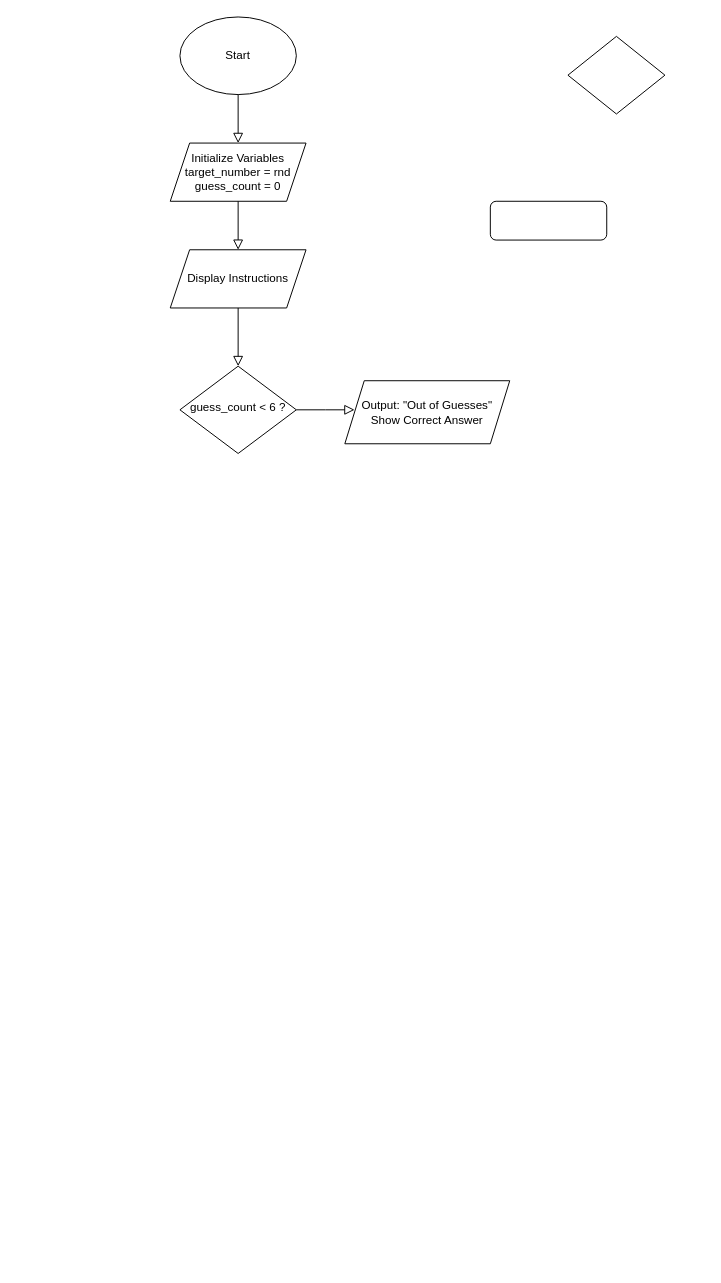
Before: Untitled Diagram.drawio in RashadMussa/ICS3U_S2, a draw.io diagram. Source tidied: cells renumbered, new cells numbered last; positions are measured from the earlier drawing's top-left corner, leaving out a move shared by most shapes. Both pictures are drawn from the tidied source at 97%, with x=0, y=0 at pixel (170, 16).
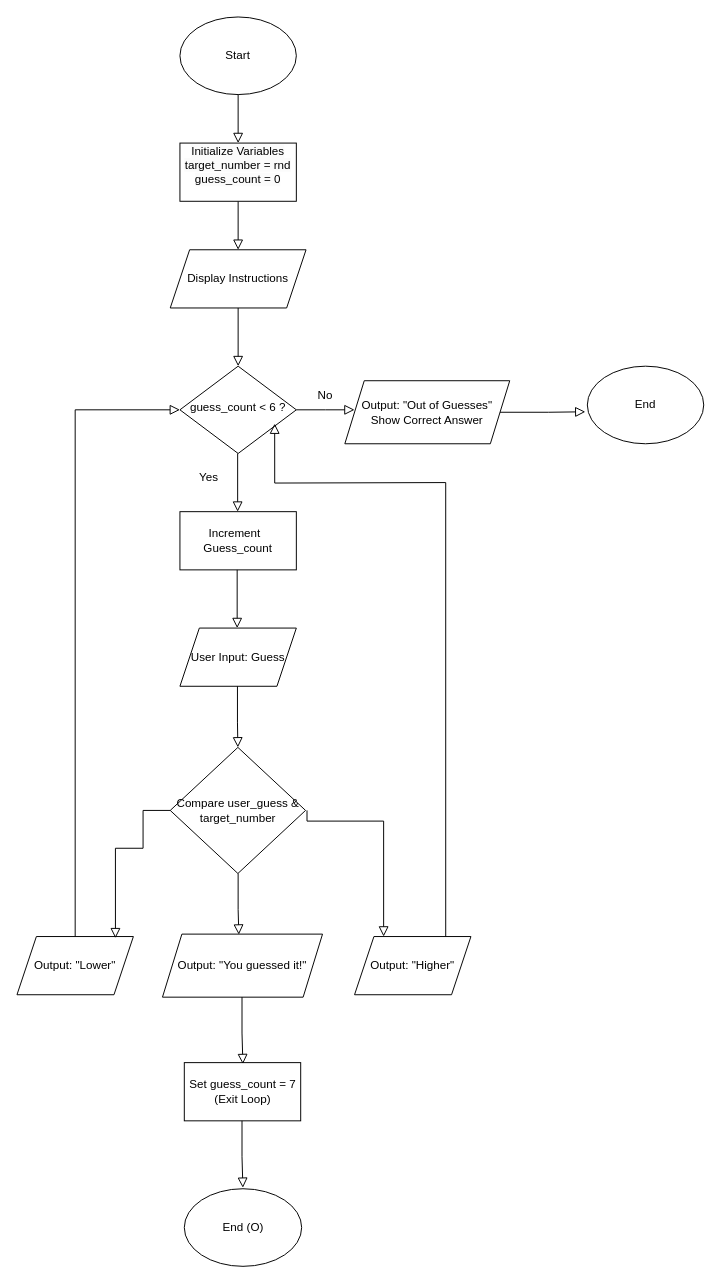
The same page after the edit.

The change refers to these unchanged cells:
```xml
<mxCell id="9" value="guess_count &lt; 6 ?" style="rhombus;whiteSpace=wrap;html=1;shadow=0;fontFamily=Helvetica;fontSize=12;align=center;strokeWidth=1;spacing=6;spacingTop=-4;" parent="1" vertex="1">
  <mxGeometry x="10" y="360" width="120" height="90" as="geometry" />
</mxCell>
<mxCell id="12" value="Output: &quot;Out of Guesses&quot;&lt;div&gt;Show Correct Answer&lt;/div&gt;" style="shape=parallelogram;perimeter=parallelogramPerimeter;whiteSpace=wrap;html=1;fixedSize=1;" parent="1" vertex="1">
  <mxGeometry x="180" y="375" width="170" height="65" as="geometry" />
</mxCell>
```

The edit, as a diff of the source:
```diff
@@
-    <mxCell id="3" style="rounded=1;whiteSpace=wrap;html=1;fontSize=12;glass=0;strokeWidth=1;shadow=0;" parent="1" vertex="1">
-      <mxGeometry x="330" y="190" width="120" height="40" as="geometry" />
-    </mxCell>
-    <mxCell id="4" style="rhombus;whiteSpace=wrap;html=1;shadow=0;fontFamily=Helvetica;fontSize=12;align=center;strokeWidth=1;spacing=6;spacingTop=-4;" parent="1" vertex="1">
-      <mxGeometry x="410" y="20" width="100" height="80" as="geometry" />
-    </mxCell>
-    <mxCell id="5" value="Initialize Variables target_number = rnd guess_count = 0" style="shape=parallelogram;perimeter=parallelogramPerimeter;whiteSpace=wrap;html=1;fixedSize=1;" parent="1" vertex="1">
-      <mxGeometry y="130" width="140" height="60" as="geometry" />
-    </mxCell>
@@
+    <mxCell id="13" value="No" style="text;strokeColor=none;align=center;fillColor=none;html=1;verticalAlign=middle;whiteSpace=wrap;rounded=0;" parent="1" vertex="1">
+      <mxGeometry x="130" y="375" width="60" height="30" as="geometry" />
+    </mxCell>
+    <mxCell id="14" style="rounded=0;html=1;jettySize=auto;orthogonalLoop=1;fontSize=11;endArrow=block;endFill=0;endSize=8;strokeWidth=1;shadow=0;labelBackgroundColor=none;edgeStyle=orthogonalEdgeStyle;exitX=0.5;exitY=1;exitDx=0;exitDy=0;entryX=0.5;entryY=0;entryDx=0;entryDy=0;" parent="1" edge="1">
+      <mxGeometry relative="1" as="geometry">
+        <mxPoint x="69.5" y="450" as="sourcePoint" />
+        <mxPoint x="69.5" y="510" as="targetPoint" />
+      </mxGeometry>
+    </mxCell>
+    <mxCell id="15" value="Yes" style="text;strokeColor=none;align=center;fillColor=none;html=1;verticalAlign=middle;whiteSpace=wrap;rounded=0;" parent="1" vertex="1">
+      <mxGeometry x="10" y="460" width="60" height="30" as="geometry" />
+    </mxCell>
+    <mxCell id="16" value="End" style="ellipse;whiteSpace=wrap;html=1;" parent="1" vertex="1">
+      <mxGeometry x="430" y="360" width="120" height="80" as="geometry" />
+    </mxCell>
+    <mxCell id="17" style="rounded=0;html=1;jettySize=auto;fontSize=11;endArrow=block;endFill=0;endSize=8;strokeWidth=1;shadow=0;labelBackgroundColor=none;edgeStyle=orthogonalEdgeStyle;exitX=1;exitY=0.5;exitDx=0;exitDy=0;entryX=-0.017;entryY=0.588;entryDx=0;entryDy=0;entryPerimeter=0;" parent="1" edge="1" source="12" target="16">
+      <mxGeometry relative="1" as="geometry" />
+    </mxCell>
+    <mxCell id="18" value="&lt;div&gt;&lt;span style=&quot;background-color: transparent; color: light-dark(rgb(0, 0, 0), rgb(255, 255, 255));&quot;&gt;Increment&amp;nbsp;&amp;nbsp;&lt;/span&gt;&lt;/div&gt;&lt;div&gt;&lt;span style=&quot;background-color: transparent; color: light-dark(rgb(0, 0, 0), rgb(255, 255, 255));&quot;&gt;Guess_count&lt;/span&gt;&lt;/div&gt;" style="rounded=0;whiteSpace=wrap;html=1;" parent="1" vertex="1">
+      <mxGeometry x="10" y="510" width="120" height="60" as="geometry" />
+    </mxCell>
+    <mxCell id="19" style="rounded=0;html=1;jettySize=auto;orthogonalLoop=1;fontSize=11;endArrow=block;endFill=0;endSize=8;strokeWidth=1;shadow=0;labelBackgroundColor=none;edgeStyle=orthogonalEdgeStyle;exitX=0.5;exitY=1;exitDx=0;exitDy=0;entryX=0.5;entryY=0;entryDx=0;entryDy=0;" parent="1" edge="1">
+      <mxGeometry relative="1" as="geometry">
+        <mxPoint x="69" y="570" as="sourcePoint" />
+        <mxPoint x="69" y="630" as="targetPoint" />
+      </mxGeometry>
+    </mxCell>
+    <mxCell id="20" value="User Input: Guess" style="shape=parallelogram;perimeter=parallelogramPerimeter;whiteSpace=wrap;html=1;fixedSize=1;" parent="1" vertex="1">
+      <mxGeometry x="10" y="630" width="120" height="60" as="geometry" />
+    </mxCell>
+    <mxCell id="5" value="&#10;&lt;span style=&quot;color: rgb(0, 0, 0); font-family: Helvetica; font-size: 12px; font-style: normal; font-variant-ligatures: normal; font-variant-caps: normal; font-weight: 400; letter-spacing: normal; orphans: 2; text-align: center; text-indent: 0px; text-transform: none; widows: 2; word-spacing: 0px; -webkit-text-stroke-width: 0px; white-space: normal; background-color: rgb(251, 251, 251); text-decoration-thickness: initial; text-decoration-style: initial; text-decoration-color: initial; display: inline !important; float: none;&quot;&gt;Initialize Variables target_number = rnd guess_count = 0&lt;/span&gt;&#10;&#10;" style="rounded=0;whiteSpace=wrap;html=1;" parent="1" vertex="1">
+      <mxGeometry x="10" y="130" width="120" height="60" as="geometry" />
+    </mxCell>
+    <mxCell id="21" value="Compare user_guess &amp; target_number" style="rhombus;whiteSpace=wrap;html=1;" parent="1" vertex="1">
+      <mxGeometry y="753" width="139.5" height="130" as="geometry" />
+    </mxCell>
+    <mxCell id="22" style="rounded=0;html=1;jettySize=auto;fontSize=11;endArrow=block;endFill=0;endSize=8;strokeWidth=1;shadow=0;labelBackgroundColor=none;edgeStyle=orthogonalEdgeStyle;exitX=0.5;exitY=1;exitDx=0;exitDy=0;entryX=0.5;entryY=0;entryDx=0;entryDy=0;" parent="1" edge="1" target="21">
+      <mxGeometry relative="1" as="geometry">
+        <mxPoint x="69.3" y="690" as="sourcePoint" />
+        <Array as="points">
+          <mxPoint x="69" y="727" />
+          <mxPoint x="70" y="727" />
+        </Array>
+      </mxGeometry>
+    </mxCell>
+    <mxCell id="23" value="Output: &quot;You guessed it!&quot;" style="shape=parallelogram;perimeter=parallelogramPerimeter;whiteSpace=wrap;html=1;fixedSize=1;" parent="1" vertex="1">
+      <mxGeometry x="-8" y="945.5" width="165" height="65" as="geometry" />
+    </mxCell>
+    <mxCell id="24" value="Output: &quot;Higher&quot;" style="shape=parallelogram;perimeter=parallelogramPerimeter;whiteSpace=wrap;html=1;fixedSize=1;" parent="1" vertex="1">
+      <mxGeometry x="190" y="948" width="120" height="60" as="geometry" />
+    </mxCell>
+    <mxCell id="25" value="Output: &quot;Lower&quot;" style="shape=parallelogram;perimeter=parallelogramPerimeter;whiteSpace=wrap;html=1;fixedSize=1;" parent="1" vertex="1">
+      <mxGeometry x="-158" y="948" width="120" height="60" as="geometry" />
+    </mxCell>
+    <mxCell id="26" value="Set guess_count = 7 (Exit Loop)" style="rounded=0;whiteSpace=wrap;html=1;" parent="1" vertex="1">
+      <mxGeometry x="14.5" y="1078" width="120" height="60" as="geometry" />
+    </mxCell>
+    <mxCell id="27" value="End (O)" style="ellipse;whiteSpace=wrap;html=1;" parent="1" vertex="1">
+      <mxGeometry x="14.5" y="1208" width="121" height="80" as="geometry" />
+    </mxCell>
+    <mxCell id="28" style="rounded=0;html=1;jettySize=auto;orthogonalLoop=1;fontSize=11;endArrow=block;endFill=0;endSize=8;strokeWidth=1;shadow=0;labelBackgroundColor=none;edgeStyle=orthogonalEdgeStyle;exitX=0.5;exitY=1;exitDx=0;exitDy=0;entryX=0.5;entryY=0;entryDx=0;entryDy=0;" parent="1" edge="1">
+      <mxGeometry relative="1" as="geometry">
+        <mxPoint x="70" y="883" as="sourcePoint" />
+        <mxPoint x="70.7" y="946" as="targetPoint" />
+        <Array as="points">
+          <mxPoint x="69.7" y="920" />
+          <mxPoint x="70.7" y="920" />
+        </Array>
+      </mxGeometry>
+    </mxCell>
+    <mxCell id="29" style="rounded=0;html=1;jettySize=auto;orthogonalLoop=1;fontSize=11;endArrow=block;endFill=0;endSize=8;strokeWidth=1;shadow=0;labelBackgroundColor=none;edgeStyle=orthogonalEdgeStyle;exitX=0.5;exitY=1;exitDx=0;exitDy=0;entryX=0.5;entryY=0;entryDx=0;entryDy=0;" parent="1" edge="1">
+      <mxGeometry relative="1" as="geometry">
+        <mxPoint x="74" y="1138" as="sourcePoint" />
+        <mxPoint x="74.9" y="1207" as="targetPoint" />
+        <Array as="points">
+          <mxPoint x="73.9" y="1175" />
+        </Array>
+      </mxGeometry>
+    </mxCell>
+    <mxCell id="30" style="rounded=0;html=1;jettySize=auto;orthogonalLoop=1;fontSize=11;endArrow=none;endFill=0;endSize=8;strokeWidth=1;shadow=0;labelBackgroundColor=none;edgeStyle=orthogonalEdgeStyle;exitX=0.5;exitY=1;exitDx=0;exitDy=0;strokeColor=default;startFill=0;" parent="1" edge="1">
+      <mxGeometry relative="1" as="geometry">
+        <mxPoint x="284" y="948" as="sourcePoint" />
+        <mxPoint x="284" y="480" as="targetPoint" />
+      </mxGeometry>
+    </mxCell>
+    <mxCell id="31" style="rounded=0;html=1;jettySize=auto;fontSize=11;endArrow=block;endFill=0;endSize=8;strokeWidth=1;shadow=0;labelBackgroundColor=none;edgeStyle=orthogonalEdgeStyle;exitX=0.5;exitY=0;exitDx=0;exitDy=0;entryX=0;entryY=0.5;entryDx=0;entryDy=0;" parent="1" edge="1" source="25" target="9">
+      <mxGeometry relative="1" as="geometry" />
+    </mxCell>
+    <mxCell id="32" style="rounded=0;html=1;jettySize=auto;orthogonalLoop=1;fontSize=11;endArrow=block;endFill=0;endSize=8;strokeWidth=1;shadow=0;labelBackgroundColor=none;edgeStyle=orthogonalEdgeStyle;exitX=0.5;exitY=1;exitDx=0;exitDy=0;entryX=0.5;entryY=0;entryDx=0;entryDy=0;" parent="1" edge="1">
+      <mxGeometry relative="1" as="geometry">
+        <mxPoint x="74" y="1010.5" as="sourcePoint" />
+        <mxPoint x="74.9" y="1079.5" as="targetPoint" />
+        <Array as="points">
+          <mxPoint x="73.9" y="1047.5" />
+        </Array>
+      </mxGeometry>
+    </mxCell>
+    <mxCell id="33" style="rounded=0;html=1;jettySize=auto;fontSize=11;endArrow=block;endFill=0;endSize=8;strokeWidth=1;shadow=0;labelBackgroundColor=none;edgeStyle=orthogonalEdgeStyle;exitX=0;exitY=0.5;exitDx=0;exitDy=0;entryX=0.846;entryY=0.029;entryDx=0;entryDy=0;entryPerimeter=0;" parent="1" edge="1" source="21" target="25">
+      <mxGeometry relative="1" as="geometry">
+        <Array as="points">
+          <mxPoint x="-28" y="818" />
+          <mxPoint x="-28" y="857" />
+          <mxPoint x="-56" y="857" />
+        </Array>
+      </mxGeometry>
+    </mxCell>
+    <mxCell id="34" style="rounded=0;html=1;jettySize=auto;fontSize=11;endArrow=block;endFill=0;endSize=8;strokeWidth=1;shadow=0;labelBackgroundColor=none;edgeStyle=orthogonalEdgeStyle;entryX=0.25;entryY=0;entryDx=0;entryDy=0;" parent="1" edge="1" target="24">
+      <mxGeometry relative="1" as="geometry">
+        <mxPoint x="141" y="818" as="sourcePoint" />
+        <Array as="points">
+          <mxPoint x="141" y="829" />
+          <mxPoint x="220" y="829" />
+        </Array>
+      </mxGeometry>
+    </mxCell>
+    <mxCell id="35" style="rounded=0;html=1;jettySize=auto;fontSize=11;endArrow=block;endFill=0;endSize=8;strokeWidth=1;shadow=0;labelBackgroundColor=none;edgeStyle=orthogonalEdgeStyle;strokeColor=default;startFill=0;entryX=0.814;entryY=0.658;entryDx=0;entryDy=0;entryPerimeter=0;" parent="1" edge="1" target="9">
+      <mxGeometry relative="1" as="geometry">
+        <mxPoint x="284" y="480" as="sourcePoint" />
+      </mxGeometry>
+    </mxCell>
```
